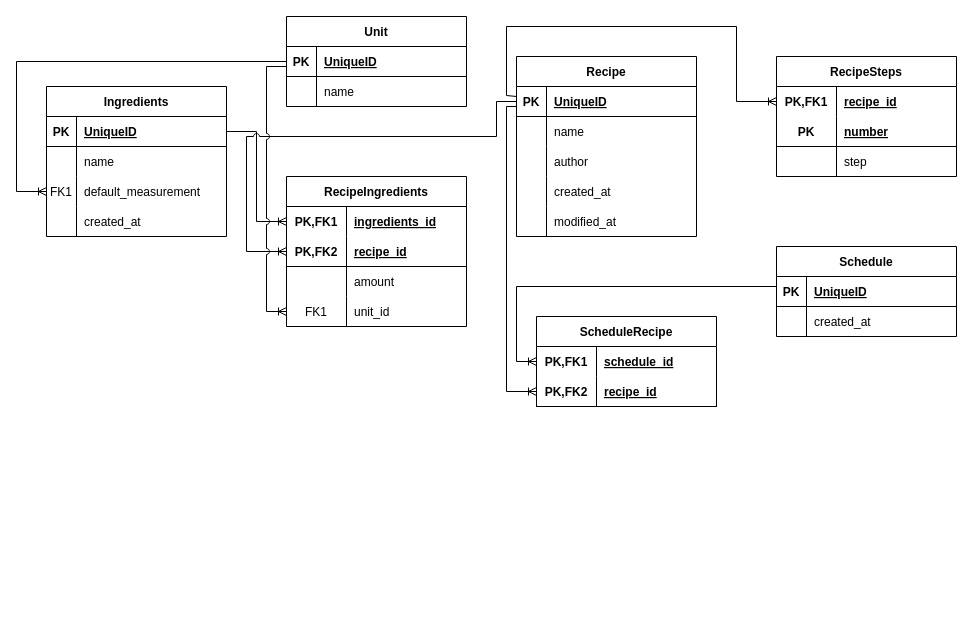
Before: page "ERD" (5 of 5) of meal-planner.drawio in hasnaroihan/grocery-planner-backend, a draw.io diagram. Source tidied: cells renumbered, new cells numbered last; positions are measured from the earlier drawing's top-left corner, leaving out a move shared by most shapes. Both pictures are drawn from the tidied source at 100%, with x=0, y=0 at pixel (16, 16).
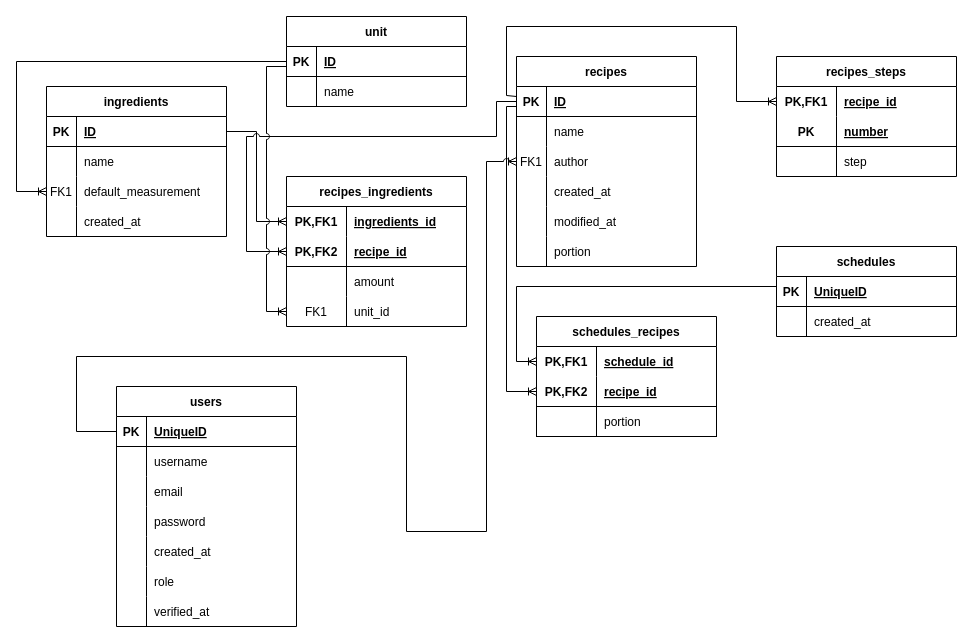
After the change.

Commit message (it also covers changes not shown here):
add portion in recipes and schedules_recipes

The change refers to these unchanged cells:
```xml
<mxCell id="3" style="shape=tableRow;horizontal=0;startSize=0;swimlaneHead=0;swimlaneBody=0;fillColor=none;points=[[0,0.5],[1,0.5]];portConstraint=eastwest;top=0;left=0;right=0;bottom=1;" parent="2" vertex="1">
  <mxGeometry y="30" width="180" height="30" as="geometry" />
</mxCell>
<mxCell id="16" style="shape=tableRow;horizontal=0;startSize=0;swimlaneHead=0;swimlaneBody=0;fillColor=none;points=[[0,0.5],[1,0.5]];portConstraint=eastwest;top=0;left=0;right=0;bottom=1;" parent="15" vertex="1">
  <mxGeometry y="30" width="180" height="30" as="geometry" />
</mxCell>
<mxCell id="22" style="shape=tableRow;horizontal=0;startSize=0;swimlaneHead=0;swimlaneBody=0;fillColor=none;points=[[0,0.5],[1,0.5]];portConstraint=eastwest;top=0;left=0;right=0;bottom=0;" parent="15" vertex="1">
  <mxGeometry y="90" width="180" height="30" as="geometry" />
</mxCell>
<mxCell id="45" style="shape=tableRow;horizontal=0;startSize=0;swimlaneHead=0;swimlaneBody=0;fillColor=none;points=[[0,0.5],[1,0.5]];portConstraint=eastwest;top=0;left=0;right=0;bottom=1;" parent="44" vertex="1">
  <mxGeometry y="30" width="180" height="30" as="geometry" />
</mxCell>
```

The edit, as a diff of the source:
```diff
@@
-    <mxCell id="2" value="Ingredients" style="shape=table;startSize=30;childLayout=tableLayout;rowLines=0;fontStyle=1;align=center;" parent="1" vertex="1">
+    <mxCell id="2" value="ingredients" style="shape=table;startSize=30;childLayout=tableLayout;rowLines=0;fontStyle=1;align=center;" parent="1" vertex="1">
       <mxGeometry x="30" y="70" width="180" height="150" as="geometry" />
     </mxCell>
@@
-    <mxCell id="5" value="UniqueID" style="shape=partialRectangle;fillColor=none;top=0;left=0;bottom=0;right=0;align=left;spacingLeft=6;fontStyle=5;overflow=hidden;" parent="3" vertex="1">
+    <mxCell id="5" value="ID" style="shape=partialRectangle;fillColor=none;top=0;left=0;bottom=0;right=0;align=left;spacingLeft=6;fontStyle=5;overflow=hidden;" parent="3" vertex="1">
       <mxGeometry x="30" width="150" height="30" as="geometry" />
     </mxCell>
@@
-    <mxCell id="15" value="Recipe" style="shape=table;startSize=30;childLayout=tableLayout;rowLines=0;fontStyle=1;align=center;" parent="1" vertex="1">
-      <mxGeometry x="500" y="40" width="180" height="180" as="geometry" />
+    <mxCell id="15" value="recipes" style="shape=table;startSize=30;childLayout=tableLayout;rowLines=0;fontStyle=1;align=center;" parent="1" vertex="1">
+      <mxGeometry x="500" y="40" width="180" height="210" as="geometry" />
     </mxCell>
@@
-    <mxCell id="18" value="UniqueID" style="shape=partialRectangle;fillColor=none;top=0;left=0;bottom=0;right=0;align=left;spacingLeft=6;fontStyle=5;overflow=hidden;" parent="16" vertex="1">
+    <mxCell id="18" value="ID" style="shape=partialRectangle;fillColor=none;top=0;left=0;bottom=0;right=0;align=left;spacingLeft=6;fontStyle=5;overflow=hidden;" parent="16" vertex="1">
       <mxGeometry x="30" width="150" height="30" as="geometry" />
     </mxCell>
@@
-    <mxCell id="23" style="shape=partialRectangle;fillColor=none;top=0;left=0;bottom=0;right=0;overflow=hidden;" parent="22" vertex="1">
+    <mxCell id="23" value="FK1" style="shape=partialRectangle;fillColor=none;top=0;left=0;bottom=0;right=0;overflow=hidden;" parent="22" vertex="1">
       <mxGeometry width="30" height="30" as="geometry" />
     </mxCell>
@@
+    <mxCell id="82" style="shape=tableRow;horizontal=0;startSize=0;swimlaneHead=0;swimlaneBody=0;fillColor=none;top=0;left=0;right=0;bottom=0;" parent="15" vertex="1">
+      <mxGeometry y="180" width="180" height="30" as="geometry" />
+    </mxCell>
+    <mxCell id="83" style="shape=partialRectangle;fillColor=none;top=0;left=0;bottom=0;right=0;overflow=hidden;" parent="82" vertex="1">
+      <mxGeometry width="30" height="30" as="geometry" />
+    </mxCell>
+    <mxCell id="84" value="portion" style="shape=partialRectangle;fillColor=none;top=0;left=0;bottom=0;right=0;align=left;spacingLeft=6;overflow=hidden;" parent="82" vertex="1">
+      <mxGeometry x="30" width="150" height="30" as="geometry" />
+    </mxCell>
-    <mxCell id="31" value="RecipeIngredients" style="shape=table;startSize=30;childLayout=tableLayout;rowLines=0;fontStyle=1;align=center;" parent="1" vertex="1">
+    <mxCell id="31" value="recipes_ingredients" style="shape=table;startSize=30;childLayout=tableLayout;rowLines=0;fontStyle=1;align=center;" parent="1" vertex="1">
       <mxGeometry x="270" y="160" width="180" height="150" as="geometry" />
     </mxCell>
@@
-    <mxCell id="44" value="Unit" style="shape=table;startSize=30;childLayout=tableLayout;rowLines=0;fontStyle=1;align=center;" parent="1" vertex="1">
+    <mxCell id="44" value="unit" style="shape=table;startSize=30;childLayout=tableLayout;rowLines=0;fontStyle=1;align=center;" parent="1" vertex="1">
       <mxGeometry x="270" width="180" height="90" as="geometry" />
     </mxCell>
@@
-    <mxCell id="47" value="UniqueID" style="shape=partialRectangle;fillColor=none;top=0;left=0;bottom=0;right=0;align=left;spacingLeft=6;fontStyle=5;overflow=hidden;" parent="45" vertex="1">
+    <mxCell id="47" value="ID" style="shape=partialRectangle;fillColor=none;top=0;left=0;bottom=0;right=0;align=left;spacingLeft=6;fontStyle=5;overflow=hidden;" parent="45" vertex="1">
       <mxGeometry x="30" width="150" height="30" as="geometry" />
     </mxCell>
@@
-    <mxCell id="51" value="RecipeSteps" style="shape=table;startSize=30;childLayout=tableLayout;rowLines=0;fontStyle=1;align=center;" parent="1" vertex="1">
+    <mxCell id="51" value="recipes_steps" style="shape=table;startSize=30;childLayout=tableLayout;rowLines=0;fontStyle=1;align=center;" parent="1" vertex="1">
       <mxGeometry x="760" y="40" width="180" height="120" as="geometry" />
     </mxCell>
@@
-    <mxCell id="61" value="Schedule" style="shape=table;startSize=30;childLayout=tableLayout;rowLines=0;fontStyle=1;align=center;" parent="1" vertex="1">
+    <mxCell id="61" value="schedules" style="shape=table;startSize=30;childLayout=tableLayout;rowLines=0;fontStyle=1;align=center;" parent="1" vertex="1">
       <mxGeometry x="760" y="230" width="180" height="90" as="geometry" />
     </mxCell>
@@
-    <mxCell id="68" value="ScheduleRecipe" style="shape=table;startSize=30;childLayout=tableLayout;rowLines=0;fontStyle=1;align=center;" parent="1" vertex="1">
-      <mxGeometry x="520" y="300" width="180" height="90" as="geometry" />
+    <mxCell id="68" value="schedules_recipes" style="shape=table;startSize=30;childLayout=tableLayout;rowLines=0;fontStyle=1;align=center;" parent="1" vertex="1">
+      <mxGeometry x="520" y="300" width="180" height="120" as="geometry" />
     </mxCell>
@@
+    <mxCell id="85" style="shape=tableRow;horizontal=0;startSize=0;swimlaneHead=0;swimlaneBody=0;fillColor=none;top=0;left=0;right=0;bottom=1;" parent="68" vertex="1">
+      <mxGeometry y="90" width="180" height="30" as="geometry" />
+    </mxCell>
+    <mxCell id="86" style="shape=partialRectangle;fillColor=none;top=0;left=0;bottom=0;right=0;fontStyle=0;overflow=hidden;" parent="85" vertex="1">
+      <mxGeometry width="60" height="30" as="geometry" />
+    </mxCell>
+    <mxCell id="87" value="portion" style="shape=partialRectangle;fillColor=none;top=0;left=0;bottom=0;right=0;align=left;spacingLeft=6;fontStyle=0;overflow=hidden;" parent="85" vertex="1">
+      <mxGeometry x="60" width="120" height="30" as="geometry" />
+    </mxCell>
@@
+    <mxCell id="88" value="users" style="shape=table;startSize=30;childLayout=tableLayout;rowLines=0;fontStyle=1;align=center;" parent="1" vertex="1">
+      <mxGeometry x="100" y="370" width="180" height="240" as="geometry" />
+    </mxCell>
+    <mxCell id="89" style="shape=tableRow;horizontal=0;startSize=0;swimlaneHead=0;swimlaneBody=0;fillColor=none;points=[[0,0.5],[1,0.5]];portConstraint=eastwest;top=0;left=0;right=0;bottom=1;" parent="88" vertex="1">
+      <mxGeometry y="30" width="180" height="30" as="geometry" />
+    </mxCell>
+    <mxCell id="90" value="PK" style="shape=partialRectangle;fillColor=none;top=0;left=0;bottom=0;right=0;fontStyle=1;overflow=hidden;" parent="89" vertex="1">
+      <mxGeometry width="30" height="30" as="geometry" />
+    </mxCell>
+    <mxCell id="91" value="UniqueID" style="shape=partialRectangle;fillColor=none;top=0;left=0;bottom=0;right=0;align=left;spacingLeft=6;fontStyle=5;overflow=hidden;" parent="89" vertex="1">
+      <mxGeometry x="30" width="150" height="30" as="geometry" />
+    </mxCell>
+    <mxCell id="92" style="shape=tableRow;horizontal=0;startSize=0;swimlaneHead=0;swimlaneBody=0;fillColor=none;top=0;left=0;right=0;bottom=0;" parent="88" vertex="1">
+      <mxGeometry y="60" width="180" height="30" as="geometry" />
+    </mxCell>
+    <mxCell id="93" style="shape=partialRectangle;fillColor=none;top=0;left=0;bottom=0;right=0;overflow=hidden;" parent="92" vertex="1">
+      <mxGeometry width="30" height="30" as="geometry" />
+    </mxCell>
+    <mxCell id="94" value="username" style="shape=partialRectangle;fillColor=none;top=0;left=0;bottom=0;right=0;align=left;spacingLeft=6;overflow=hidden;" parent="92" vertex="1">
+      <mxGeometry x="30" width="150" height="30" as="geometry" />
+    </mxCell>
+    <mxCell id="95" style="shape=tableRow;horizontal=0;startSize=0;swimlaneHead=0;swimlaneBody=0;fillColor=none;top=0;left=0;right=0;bottom=0;" parent="88" vertex="1">
+      <mxGeometry y="90" width="180" height="30" as="geometry" />
+    </mxCell>
+    <mxCell id="96" style="shape=partialRectangle;fillColor=none;top=0;left=0;bottom=0;right=0;overflow=hidden;" parent="95" vertex="1">
+      <mxGeometry width="30" height="30" as="geometry" />
+    </mxCell>
+    <mxCell id="97" value="email" style="shape=partialRectangle;fillColor=none;top=0;left=0;bottom=0;right=0;align=left;spacingLeft=6;overflow=hidden;" parent="95" vertex="1">
+      <mxGeometry x="30" width="150" height="30" as="geometry" />
+    </mxCell>
+    <mxCell id="98" style="shape=tableRow;horizontal=0;startSize=0;swimlaneHead=0;swimlaneBody=0;fillColor=none;top=0;left=0;right=0;bottom=0;" parent="88" vertex="1">
+      <mxGeometry y="120" width="180" height="30" as="geometry" />
+    </mxCell>
+    <mxCell id="99" style="shape=partialRectangle;fillColor=none;top=0;left=0;bottom=0;right=0;overflow=hidden;" parent="98" vertex="1">
+      <mxGeometry width="30" height="30" as="geometry" />
+    </mxCell>
+    <mxCell id="100" value="password" style="shape=partialRectangle;fillColor=none;top=0;left=0;bottom=0;right=0;align=left;spacingLeft=6;overflow=hidden;" parent="98" vertex="1">
+      <mxGeometry x="30" width="150" height="30" as="geometry" />
+    </mxCell>
+    <mxCell id="101" style="shape=tableRow;horizontal=0;startSize=0;swimlaneHead=0;swimlaneBody=0;fillColor=none;top=0;left=0;right=0;bottom=0;" parent="88" vertex="1">
+      <mxGeometry y="150" width="180" height="30" as="geometry" />
+    </mxCell>
+    <mxCell id="102" style="shape=partialRectangle;fillColor=none;top=0;left=0;bottom=0;right=0;overflow=hidden;" parent="101" vertex="1">
+      <mxGeometry width="30" height="30" as="geometry" />
+    </mxCell>
+    <mxCell id="103" value="created_at" style="shape=partialRectangle;fillColor=none;top=0;left=0;bottom=0;right=0;align=left;spacingLeft=6;overflow=hidden;" parent="101" vertex="1">
+      <mxGeometry x="30" width="150" height="30" as="geometry" />
+    </mxCell>
+    <mxCell id="104" style="shape=tableRow;horizontal=0;startSize=0;swimlaneHead=0;swimlaneBody=0;fillColor=none;top=0;left=0;right=0;bottom=0;" parent="88" vertex="1">
+      <mxGeometry y="180" width="180" height="30" as="geometry" />
+    </mxCell>
+    <mxCell id="105" style="shape=partialRectangle;fillColor=none;top=0;left=0;bottom=0;right=0;overflow=hidden;" parent="104" vertex="1">
+      <mxGeometry width="30" height="30" as="geometry" />
+    </mxCell>
+    <mxCell id="106" value="role" style="shape=partialRectangle;fillColor=none;top=0;left=0;bottom=0;right=0;align=left;spacingLeft=6;overflow=hidden;" parent="104" vertex="1">
+      <mxGeometry x="30" width="150" height="30" as="geometry" />
+    </mxCell>
+    <mxCell id="107" style="shape=tableRow;horizontal=0;startSize=0;swimlaneHead=0;swimlaneBody=0;fillColor=none;top=0;left=0;right=0;bottom=0;" parent="88" vertex="1">
+      <mxGeometry y="210" width="180" height="30" as="geometry" />
+    </mxCell>
+    <mxCell id="108" style="shape=partialRectangle;fillColor=none;top=0;left=0;bottom=0;right=0;overflow=hidden;" parent="107" vertex="1">
+      <mxGeometry width="30" height="30" as="geometry" />
+    </mxCell>
+    <mxCell id="109" value="verified_at" style="shape=partialRectangle;fillColor=none;top=0;left=0;bottom=0;right=0;align=left;spacingLeft=6;overflow=hidden;" parent="107" vertex="1">
+      <mxGeometry x="30" width="150" height="30" as="geometry" />
+    </mxCell>
+    <mxCell id="110" style="edgeStyle=orthogonalEdgeStyle;fontSize=12;html=1;endArrow=ERoneToMany;rounded=0;jumpStyle=arc;exitX=0;exitY=0.5;exitDx=0;exitDy=0;entryX=0;entryY=0.5;entryDx=0;entryDy=0;" parent="1" edge="1" source="89" target="22">
+      <mxGeometry relative="1" as="geometry">
+        <Array as="points">
+          <mxPoint x="60" y="415" />
+          <mxPoint x="60" y="340" />
+          <mxPoint x="390" y="340" />
+          <mxPoint x="390" y="515" />
+          <mxPoint x="470" y="515" />
+          <mxPoint x="470" y="145" />
+        </Array>
+      </mxGeometry>
+    </mxCell>
```
